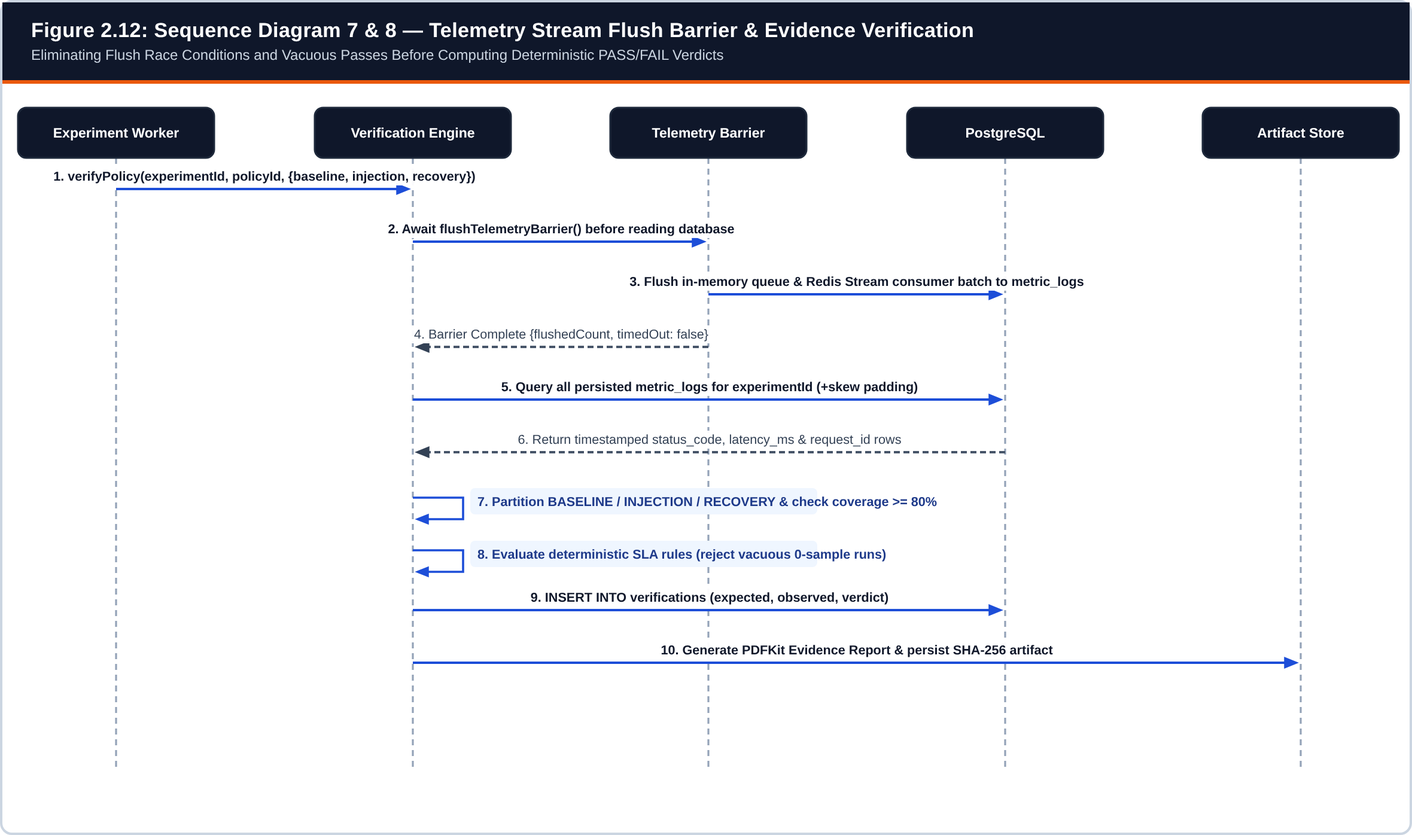
This is docs/reports/diagrams/fig13_seq_telemetry_verify.png from mr-vdnt/FortiX, a Mermaid export, as it was before one commit. Its source is kept beside it as docs/reports/diagrams/fig13_seq_telemetry_verify.mmd. Source of this version:
```mermaid
sequenceDiagram
  Experiment Worker->>Verification Engine: verifyPolicy(expId, policyId, windows)
  Verification Engine->>Telemetry Barrier: flushTelemetryBarrier(timeoutMs: 3000)
  Telemetry Barrier->>PostgreSQL: Drain Redis Stream + commit pending metric_logs
  Telemetry Barrier-->>Verification Engine: TelemetrySyncResult {synced: true}
  Verification Engine->>PostgreSQL: SELECT metric_logs WHERE experiment_id = expId
  Verification Engine->>Verification Engine: Partition BASELINE / INJECTION / RECOVERY + Evaluate SLA
  Verification Engine->>PostgreSQL: INSERT verifications {expected, observed, verdict}
  Verification Engine->>Artifact Store: Persist SHA-256 Compliance PDF Report
```
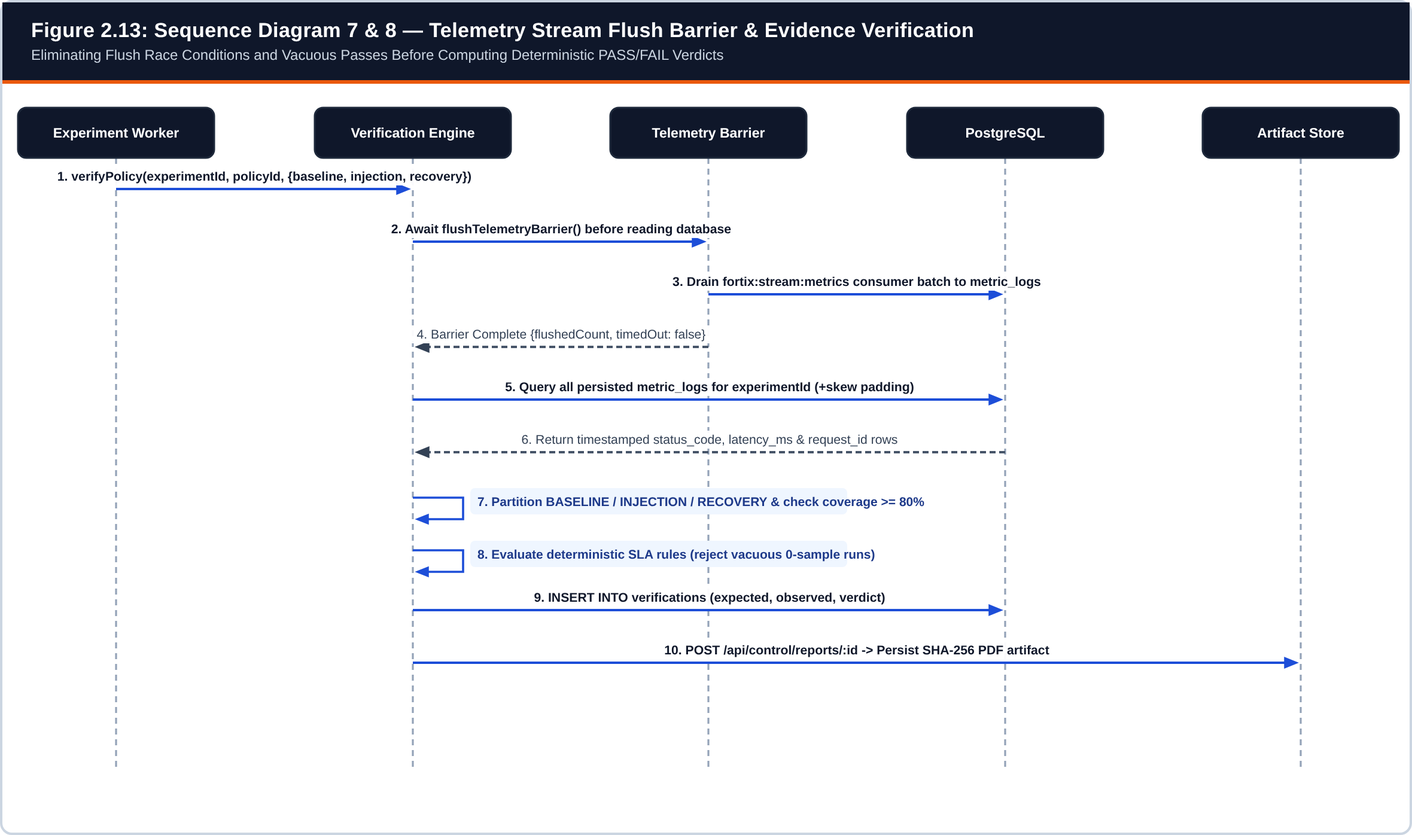
Above is the later version.

Diff of the diagram source:
```diff
@@ -1,7 +1,7 @@
 sequenceDiagram
   Experiment Worker->>Verification Engine: verifyPolicy(expId, policyId, windows)
   Verification Engine->>Telemetry Barrier: flushTelemetryBarrier(timeoutMs: 3000)
-  Telemetry Barrier->>PostgreSQL: Drain Redis Stream + commit pending metric_logs
+  Telemetry Barrier->>PostgreSQL: Drain fortix:stream:metrics + commit pending metric_logs
   Telemetry Barrier-->>Verification Engine: TelemetrySyncResult {synced: true}
   Verification Engine->>PostgreSQL: SELECT metric_logs WHERE experiment_id = expId
   Verification Engine->>Verification Engine: Partition BASELINE / INJECTION / RECOVERY + Evaluate SLA
```
